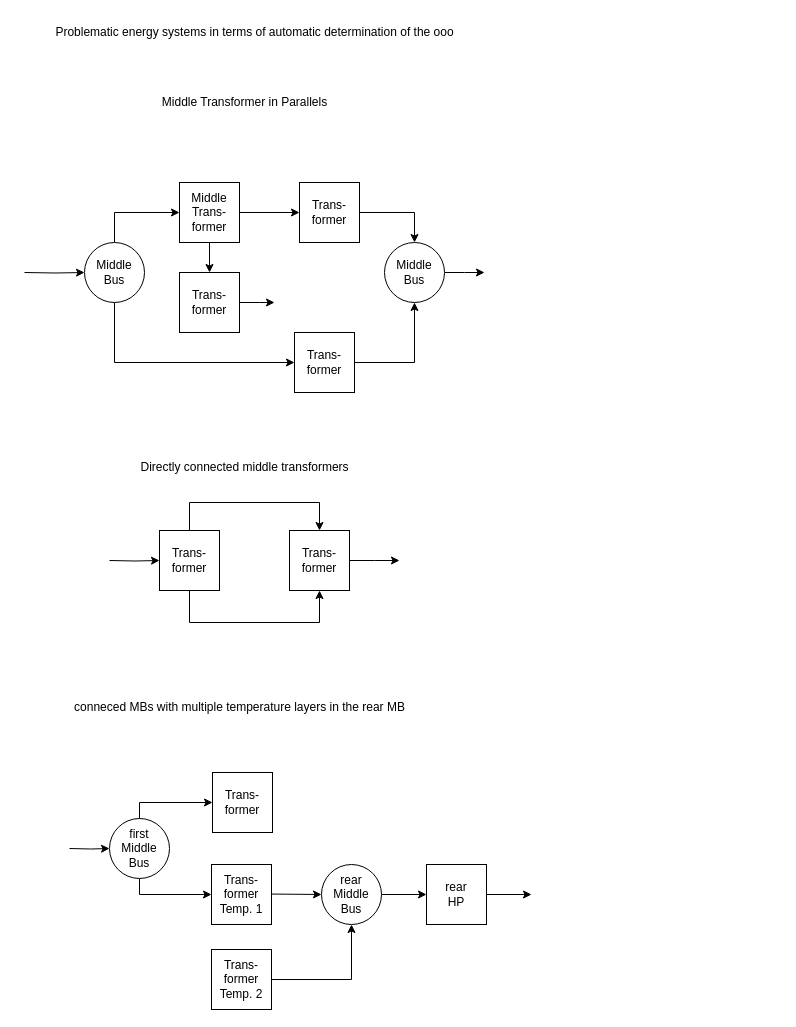
The draw.io diagram docs/fig/source_files/240708_transformer_chain_ooo_problematic_systems.drawio in QuaSi-Software/Documentation, before the edit. Source tidied: cells renumbered, new cells numbered last; positions are measured from the earlier drawing's top-left corner, leaving out a move shared by most shapes. Both pictures are drawn from the tidied source at 100%, with x=0, y=0 at pixel (24, 17).
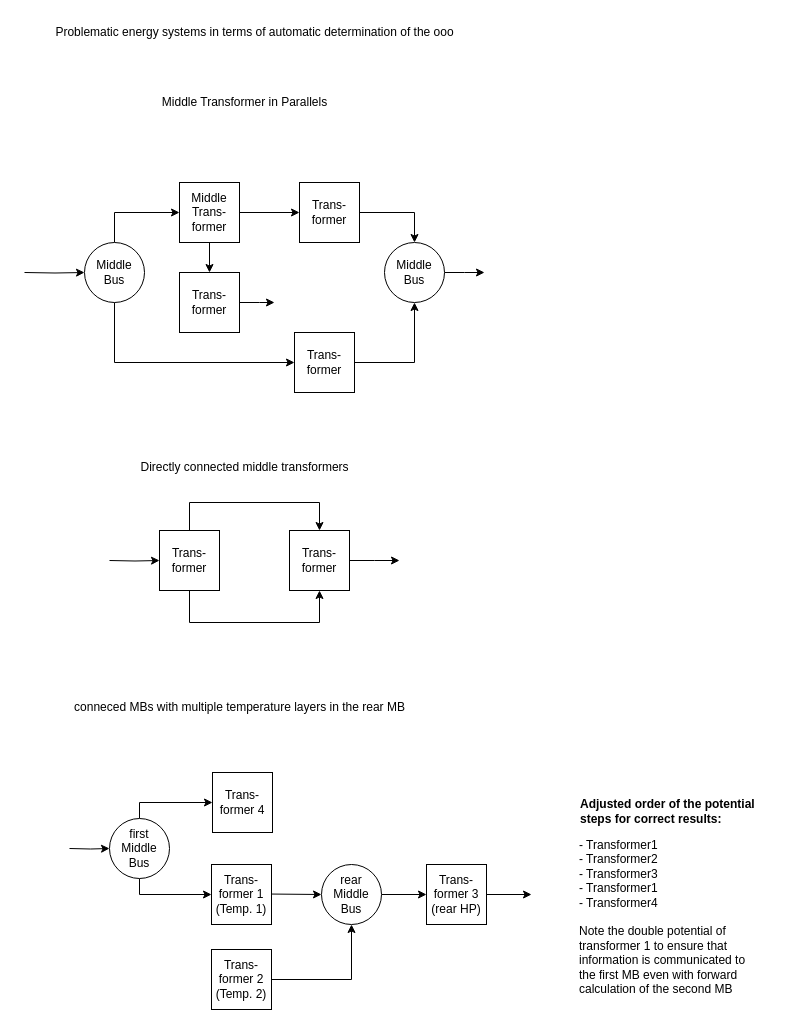
Above is the later version.

Commit message (it also covers changes not shown here):
added correct custom order to energy system that causes problems

What changed in the source:
```diff
@@
-    <mxCell id="27" value="Trans-former" style="rounded=0;whiteSpace=wrap;html=1;" parent="1" vertex="1">
+    <mxCell id="27" value="Trans-former 4" style="rounded=0;whiteSpace=wrap;html=1;" parent="1" vertex="1">
       <mxGeometry x="188" y="755" width="60" height="60" as="geometry" />
     </mxCell>
@@
-    <mxCell id="35" value="Trans-former&lt;br&gt;Temp. 1" style="rounded=0;whiteSpace=wrap;html=1;" parent="1" vertex="1">
+    <mxCell id="35" value="Trans-former 1&lt;br&gt;(Temp. 1)" style="rounded=0;whiteSpace=wrap;html=1;" parent="1" vertex="1">
       <mxGeometry x="187" y="847" width="60" height="60" as="geometry" />
     </mxCell>
@@
-    <mxCell id="37" value="Trans-former&lt;br&gt;Temp. 2" style="rounded=0;whiteSpace=wrap;html=1;" parent="1" vertex="1">
+    <mxCell id="37" value="Trans-former 2&lt;br&gt;(Temp. 2)" style="rounded=0;whiteSpace=wrap;html=1;" parent="1" vertex="1">
       <mxGeometry x="187" y="932" width="60" height="60" as="geometry" />
     </mxCell>
@@
-    <mxCell id="39" value="rear&lt;br&gt;HP" style="rounded=0;whiteSpace=wrap;html=1;" parent="1" vertex="1">
+    <mxCell id="39" value="Trans-former 3 (rear HP)" style="rounded=0;whiteSpace=wrap;html=1;" parent="1" vertex="1">
       <mxGeometry x="402" y="847" width="60" height="60" as="geometry" />
     </mxCell>
+    <mxCell id="40" value="- Transformer1&lt;br&gt;- Transformer2&lt;br&gt;- Transformer3&lt;br&gt;- Transformer1&lt;br&gt;- Transformer4&lt;br&gt;&lt;br&gt;Note the double potential of transformer 1 to ensure that information is communicated to the first MB even with forward calculation of the second MB" style="text;whiteSpace=wrap;html=1;" parent="1" vertex="1">
+      <mxGeometry x="553" y="814" width="180" height="170" as="geometry" />
+    </mxCell>
+    <mxCell id="41" value="Adjusted order of the potential&lt;br&gt;steps for correct results:" style="text;html=1;align=left;verticalAlign=middle;strokeColor=none;fillColor=none;fontStyle=1;" parent="1" vertex="1">
+      <mxGeometry x="554" y="774" width="200" height="40" as="geometry" />
+    </mxCell>
```
